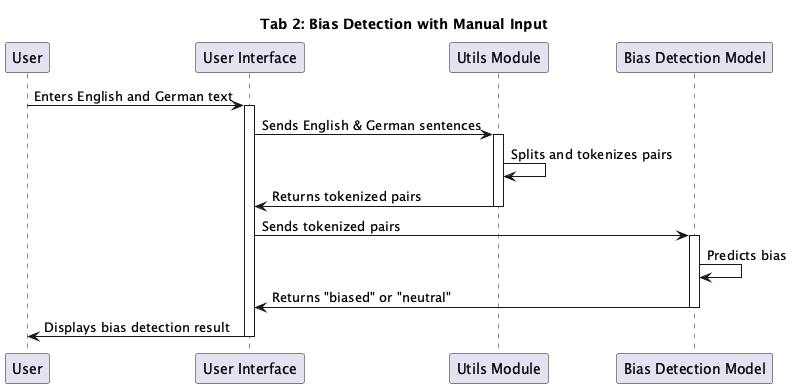
This is thesis/Bilder/modules_002.png from phmkhali/bias-detector-en-de, a PlantUML export, as it was before one commit. The source it was exported from:
```plantuml
@startuml




title Tab 2: Bias Detection with Manual Input




participant User

participant "User Interface" as UI

participant "Utils Module" as Utils

participant "Bias Detection Model" as BDM




User -> UI : Enters English and German text

activate UI



UI -> Utils : Sends English & German sentences

activate Utils

Utils -> Utils : Splits and tokenizes pairs

Utils -> UI : Returns tokenized pairs

deactivate Utils



UI -> BDM : Sends tokenized pairs

activate BDM

BDM -> BDM : Predicts bias

BDM -> UI : Returns "biased" or "neutral"

deactivate BDM



UI -> User : Displays bias detection result

deactivate UI




@enduml
```
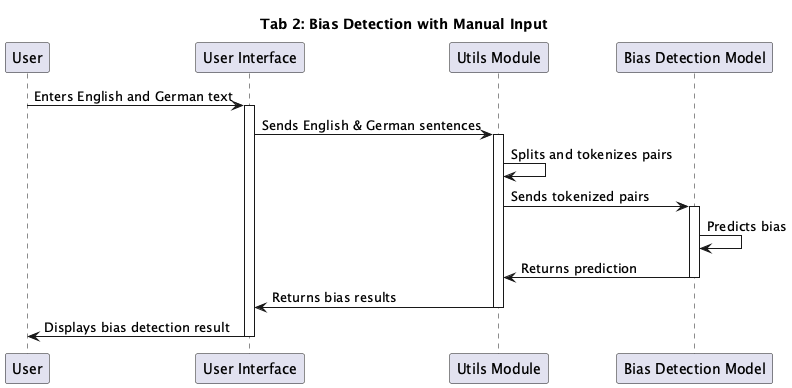
Above is the later version.

Commit message:
sequence diagrams

What changed in the source:
```diff
@@ -1,59 +1,27 @@
 @startuml
-
-
-
 
 title Tab 2: Bias Detection with Manual Input
 
-
-
-
 participant User
-
 participant "User Interface" as UI
-
 participant "Utils Module" as Utils
-
 participant "Bias Detection Model" as BDM
 
-
-
-
 User -> UI : Enters English and German text
-
 activate UI
 
-
-
 UI -> Utils : Sends English & German sentences
-
 activate Utils
-
 Utils -> Utils : Splits and tokenizes pairs
-
-Utils -> UI : Returns tokenized pairs
-
+Utils -> BDM : Sends tokenized pairs
+activate BDM
+BDM -> BDM : Predicts bias
+BDM -> Utils : Returns prediction
+deactivate BDM
+Utils -> UI : Returns bias results
 deactivate Utils
 
-
-
-UI -> BDM : Sends tokenized pairs
-
-activate BDM
-
-BDM -> BDM : Predicts bias
-
-BDM -> UI : Returns "biased" or "neutral"
-
-deactivate BDM
-
-
-
 UI -> User : Displays bias detection result
-
 deactivate UI
 
-
-
-
 @enduml
```
